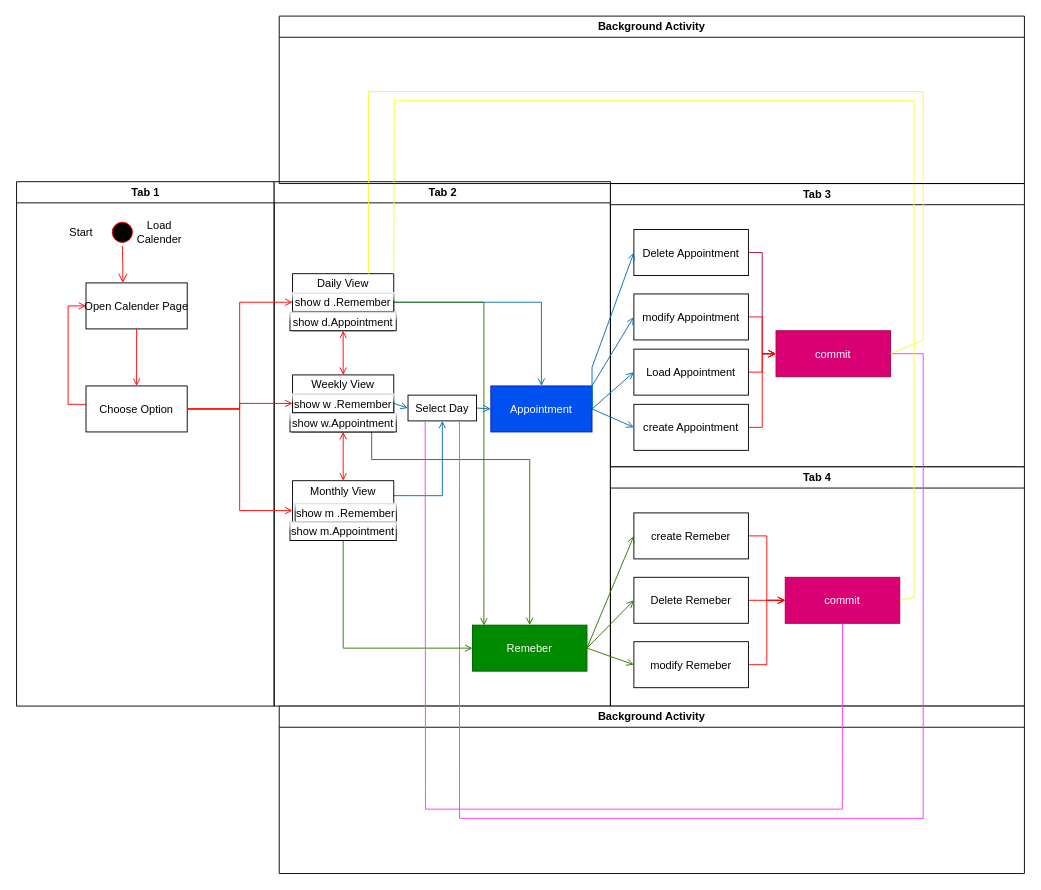
The draw.io diagram UML- AKtivitäten Diagramm/Aktivity Diagramm_15.40.drawio in Psion-Syncrolution/TimeBuddy, before the edit. Source tidied: cells renumbered, new cells numbered last; positions are measured from the earlier drawing's top-left corner, leaving out a move shared by most shapes. Both pictures are drawn from the tidied source at 92%, with x=0, y=0 at pixel (16, 16).
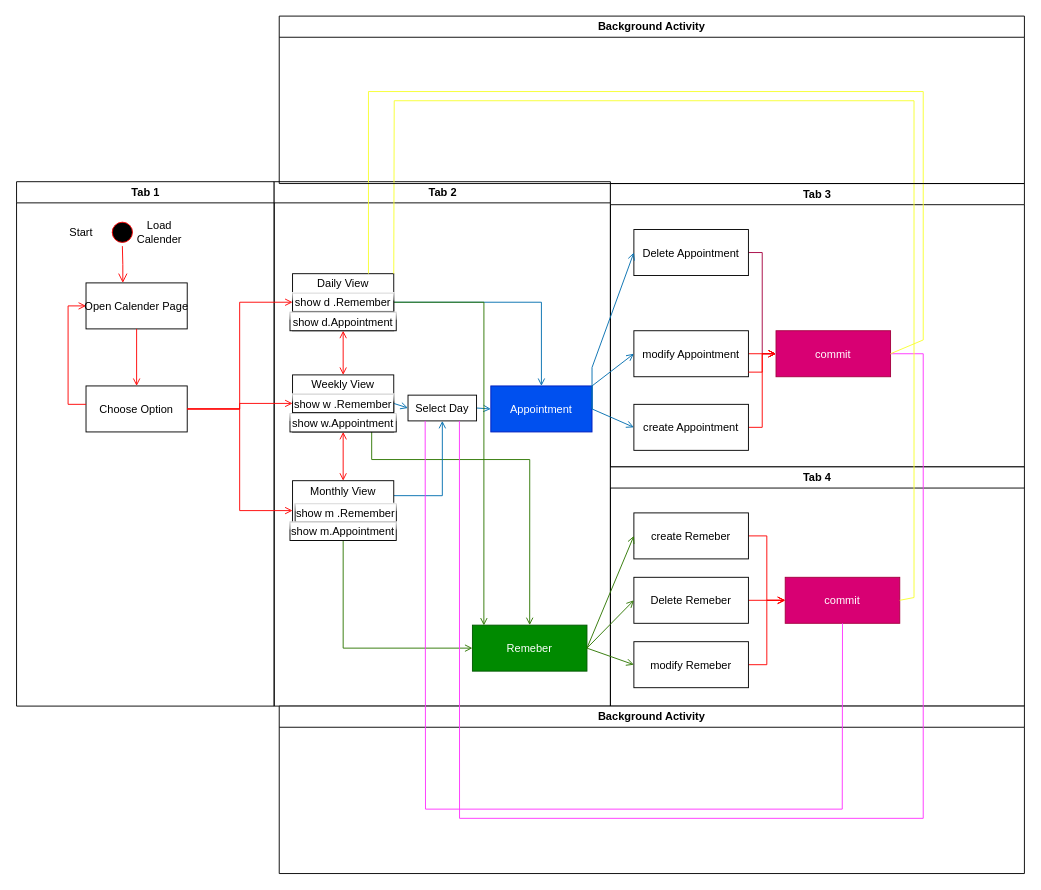
The same diagram, later.

The change refers to these unchanged cells:
```xml
<mxCell id="20" value="Appointment" style="fillColor=#0050ef;fontColor=#ffffff;strokeColor=#001DBC;" parent="11" vertex="1">
  <mxGeometry x="235.5" y="222" width="110" height="50" as="geometry" />
</mxCell>
<mxCell id="34" value="Tab 3" style="swimlane;whiteSpace=wrap;" parent="1" vertex="1">
  <mxGeometry x="646" y="182" width="450" height="308" as="geometry" />
</mxCell>
<mxCell id="43" value="commit" style="fillColor=#d80073;fontColor=#ffffff;strokeColor=#A50040;" parent="34" vertex="1">
  <mxGeometry x="180" y="160" width="124.5" height="50" as="geometry" />
</mxCell>
```

The edit, as a diff of the source:
```diff
@@
     <mxCell id="38" value="modify Appointment" parent="34" vertex="1">
-      <mxGeometry x="25.5" y="120" width="124.5" height="50" as="geometry" />
+      <mxGeometry x="25.5" y="160" width="124.5" height="50" as="geometry" />
     </mxCell>
-    <mxCell id="39" style="edgeStyle=elbowEdgeStyle;shape=connector;rounded=0;jettySize=auto;elbow=horizontal;html=1;entryX=0;entryY=0.5;entryDx=0;entryDy=0;strokeColor=#FF0000;align=center;verticalAlign=middle;fontFamily=Helvetica;fontSize=12;fontColor=#ffffff;labelBackgroundColor=default;endArrow=open;endFill=1;" parent="34" edge="1" source="40" target="43">
-      <mxGeometry relative="1" as="geometry" />
+    <mxCell id="39" style="edgeStyle=elbowEdgeStyle;shape=connector;rounded=0;jettySize=auto;elbow=horizontal;html=1;entryX=0;entryY=0.5;entryDx=0;entryDy=0;strokeColor=#FF0000;align=center;verticalAlign=middle;fontFamily=Helvetica;fontSize=12;fontColor=#ffffff;labelBackgroundColor=default;endArrow=open;endFill=1;" parent="34" edge="1" target="43">
+      <mxGeometry relative="1" as="geometry">
+        <mxPoint x="150" y="205" as="sourcePoint" />
+      </mxGeometry>
     </mxCell>
-    <mxCell id="40" value="Load Appointment" parent="34" vertex="1">
-      <mxGeometry x="25.5" y="180" width="124.5" height="50" as="geometry" />
-    </mxCell>
@@
-    <mxCell id="46" style="endArrow=open;strokeColor=#006EAF;endFill=1;rounded=0;entryX=0;entryY=0.5;entryDx=0;entryDy=0;exitX=1;exitY=0.5;exitDx=0;exitDy=0;fillColor=#1ba1e2;" parent="1" edge="1" source="20" target="40">
-      <mxGeometry relative="1" as="geometry" />
-    </mxCell>
```
